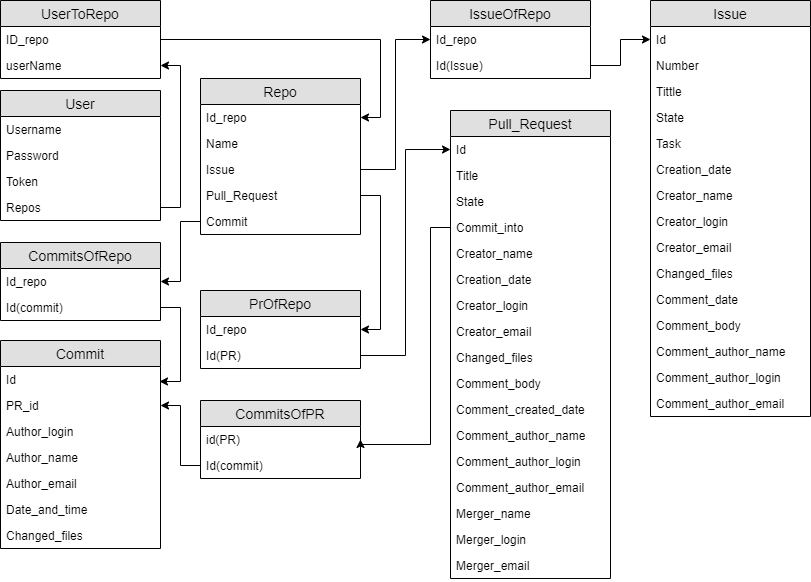
Before: docs/Data Model/SQL.png, a diagram exported from draw.io (moevm/nosql2h22-github). Source tidied: cells renumbered, new cells last; positions are measured from the earlier drawing's top-left corner, leaving out a move shared by most shapes.
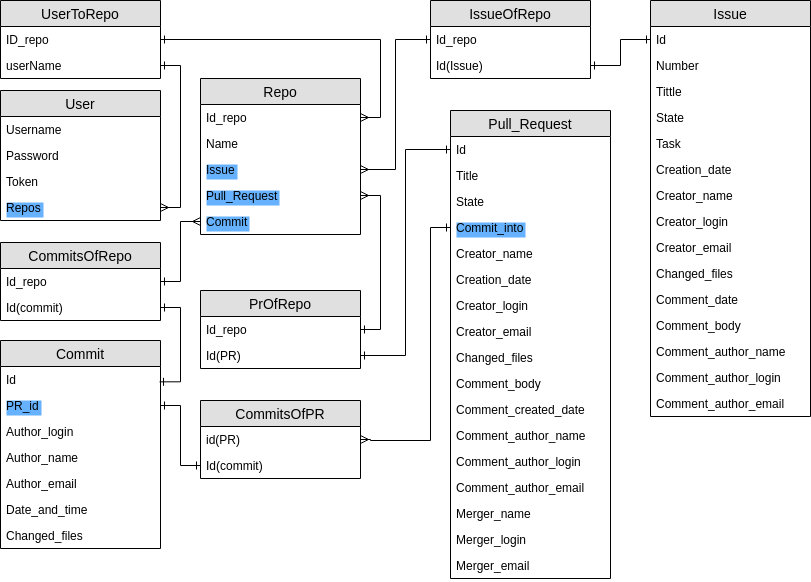
Later version of the same file.

Commit message:
bugfixes Data model v1.0

Change to the diagram source:
```diff
@@ -11,13 +11,13 @@
     <mxCell id="4" value="Name" style="text;strokeColor=none;fillColor=none;spacingLeft=4;spacingRight=4;overflow=hidden;fontSize=12;" parent="2" vertex="1">
       <mxGeometry y="52" width="160" height="26" as="geometry" />
     </mxCell>
-    <mxCell id="5" value="Issue&#10;" style="text;strokeColor=none;fillColor=none;spacingLeft=4;spacingRight=4;overflow=hidden;points=[[0,0.5],[1,0.5]];portConstraint=eastwest;fontSize=12;" parent="2" vertex="1">
+    <mxCell id="5" value="Issue&#10;" style="text;strokeColor=none;fillColor=none;spacingLeft=4;spacingRight=4;overflow=hidden;points=[[0,0.5],[1,0.5]];portConstraint=eastwest;fontSize=12;labelBackgroundColor=#66B2FF;" parent="2" vertex="1">
       <mxGeometry y="78" width="160" height="26" as="geometry" />
     </mxCell>
-    <mxCell id="6" value="Pull_Request&#10;" style="text;strokeColor=none;fillColor=none;spacingLeft=4;spacingRight=4;overflow=hidden;points=[[0,0.5],[1,0.5]];portConstraint=eastwest;fontSize=12;" parent="2" vertex="1">
+    <mxCell id="6" value="Pull_Request&#10;" style="text;strokeColor=none;fillColor=none;spacingLeft=4;spacingRight=4;overflow=hidden;points=[[0,0.5],[1,0.5]];portConstraint=eastwest;fontSize=12;labelBackgroundColor=#66B2FF;" parent="2" vertex="1">
       <mxGeometry y="104" width="160" height="26" as="geometry" />
     </mxCell>
-    <mxCell id="7" value="Commit" style="text;strokeColor=none;fillColor=none;spacingLeft=4;spacingRight=4;overflow=hidden;points=[[0,0.5],[1,0.5]];portConstraint=eastwest;fontSize=12;" parent="2" vertex="1">
+    <mxCell id="7" value="Commit" style="text;strokeColor=none;fillColor=none;spacingLeft=4;spacingRight=4;overflow=hidden;points=[[0,0.5],[1,0.5]];portConstraint=eastwest;fontSize=12;labelBackgroundColor=#66B2FF;" parent="2" vertex="1">
       <mxGeometry y="130" width="160" height="26" as="geometry" />
     </mxCell>
     <mxCell id="8" value="Pull_Request" style="swimlane;fontStyle=0;horizontal=1;startSize=26;fillColor=#e0e0e0;swimlaneFillColor=#ffffff;align=center;fontSize=14;" parent="1" vertex="1">
@@ -32,7 +32,7 @@
     <mxCell id="11" value="State" style="text;strokeColor=none;fillColor=none;spacingLeft=4;spacingRight=4;overflow=hidden;fontSize=12;" parent="8" vertex="1">
       <mxGeometry y="78" width="160" height="26" as="geometry" />
     </mxCell>
-    <mxCell id="12" value="Commit_into" style="text;strokeColor=none;fillColor=none;spacingLeft=4;spacingRight=4;overflow=hidden;points=[[0,0.5],[1,0.5]];portConstraint=eastwest;fontSize=12;" parent="8" vertex="1">
+    <mxCell id="12" value="Commit_into" style="text;strokeColor=none;fillColor=none;spacingLeft=4;spacingRight=4;overflow=hidden;points=[[0,0.5],[1,0.5]];portConstraint=eastwest;fontSize=12;labelBackgroundColor=#66B2FF;" parent="8" vertex="1">
       <mxGeometry y="104" width="160" height="26" as="geometry" />
     </mxCell>
     <mxCell id="13" value="Creator_name&#10;" style="text;strokeColor=none;fillColor=none;spacingLeft=4;spacingRight=4;overflow=hidden;fontSize=12;" parent="8" vertex="1">
@@ -80,7 +80,7 @@
     <mxCell id="27" value="Id" style="text;strokeColor=none;fillColor=none;spacingLeft=4;spacingRight=4;overflow=hidden;points=[[0,0.5],[1,0.5]];portConstraint=eastwest;fontSize=12;" parent="26" vertex="1">
       <mxGeometry y="26" width="160" height="26" as="geometry" />
     </mxCell>
-    <mxCell id="28" value="PR_id" style="text;strokeColor=none;fillColor=none;spacingLeft=4;spacingRight=4;overflow=hidden;points=[[0,0.5],[1,0.5]];portConstraint=eastwest;fontSize=12;" parent="26" vertex="1">
+    <mxCell id="28" value="PR_id" style="text;strokeColor=none;fillColor=none;spacingLeft=4;spacingRight=4;overflow=hidden;points=[[0,0.5],[1,0.5]];portConstraint=eastwest;fontSize=12;labelBackgroundColor=#66B2FF;" parent="26" vertex="1">
       <mxGeometry y="52" width="160" height="26" as="geometry" />
     </mxCell>
     <mxCell id="29" value="Author_login" style="text;strokeColor=none;fillColor=none;spacingLeft=4;spacingRight=4;overflow=hidden;fontSize=12;" parent="26" vertex="1">
@@ -98,13 +98,13 @@
     <mxCell id="33" value="Changed_files" style="text;strokeColor=none;fillColor=none;spacingLeft=4;spacingRight=4;overflow=hidden;fontSize=12;" parent="26" vertex="1">
       <mxGeometry y="182" width="160" height="26" as="geometry" />
     </mxCell>
-    <mxCell id="34" style="edgeStyle=orthogonalEdgeStyle;rounded=0;jettySize=auto;html=1;entryX=0;entryY=0.5;entryDx=0;entryDy=0;" parent="1" edge="1" source="5" target="62">
+    <mxCell id="34" style="edgeStyle=orthogonalEdgeStyle;rounded=0;jettySize=auto;html=1;entryX=0;entryY=0.5;entryDx=0;entryDy=0;startArrow=ERmany;startFill=0;endArrow=ERone;endFill=0;" parent="1" edge="1" source="5" target="62">
       <mxGeometry relative="1" as="geometry" />
     </mxCell>
-    <mxCell id="35" style="edgeStyle=orthogonalEdgeStyle;rounded=0;jettySize=auto;html=1;exitX=1;exitY=0.5;exitDx=0;exitDy=0;" parent="1" edge="1" source="6" target="66">
+    <mxCell id="35" style="edgeStyle=orthogonalEdgeStyle;rounded=0;jettySize=auto;html=1;exitX=1;exitY=0.5;exitDx=0;exitDy=0;startArrow=ERmany;startFill=0;endArrow=ERone;endFill=0;" parent="1" edge="1" source="6" target="66">
       <mxGeometry relative="1" as="geometry" />
     </mxCell>
-    <mxCell id="36" style="edgeStyle=orthogonalEdgeStyle;rounded=0;jettySize=auto;html=1;exitX=0;exitY=0.5;exitDx=0;exitDy=0;entryX=1;entryY=0.5;entryDx=0;entryDy=0;" parent="1" edge="1" source="7" target="58">
+    <mxCell id="36" style="edgeStyle=orthogonalEdgeStyle;rounded=0;jettySize=auto;html=1;exitX=0;exitY=0.5;exitDx=0;exitDy=0;entryX=1;entryY=0.5;entryDx=0;entryDy=0;startArrow=ERmany;startFill=0;endArrow=ERone;endFill=0;" parent="1" edge="1" source="7" target="58">
       <mxGeometry relative="1" as="geometry" />
     </mxCell>
     <mxCell id="37" value="Issue" style="swimlane;fontStyle=0;horizontal=1;startSize=26;fillColor=#e0e0e0;swimlaneFillColor=#ffffff;align=center;fontSize=14;" parent="1" vertex="1">
@@ -164,7 +164,7 @@
     <mxCell id="55" value="userName" style="text;strokeColor=none;fillColor=none;spacingLeft=4;spacingRight=4;overflow=hidden;points=[[0,0.5],[1,0.5]];portConstraint=eastwest;fontSize=12;" parent="53" vertex="1">
       <mxGeometry y="52" width="160" height="26" as="geometry" />
     </mxCell>
-    <mxCell id="56" style="edgeStyle=orthogonalEdgeStyle;rounded=0;jettySize=auto;html=1;entryX=1;entryY=0.5;entryDx=0;entryDy=0;exitX=1;exitY=0.5;exitDx=0;exitDy=0;" parent="1" edge="1" source="54" target="3">
+    <mxCell id="56" style="edgeStyle=orthogonalEdgeStyle;rounded=0;jettySize=auto;html=1;entryX=1;entryY=0.5;entryDx=0;entryDy=0;exitX=1;exitY=0.5;exitDx=0;exitDy=0;startArrow=ERone;startFill=0;endArrow=ERmany;endFill=0;" parent="1" edge="1" source="54" target="3">
       <mxGeometry relative="1" as="geometry" />
     </mxCell>
     <mxCell id="57" value="CommitsOfRepo" style="swimlane;fontStyle=0;horizontal=1;startSize=26;fillColor=#e0e0e0;swimlaneFillColor=#ffffff;align=center;fontSize=14;" parent="1" vertex="1">
@@ -176,7 +176,7 @@
     <mxCell id="59" value="Id(commit)" style="text;strokeColor=none;fillColor=none;spacingLeft=4;spacingRight=4;overflow=hidden;points=[[0,0.5],[1,0.5]];portConstraint=eastwest;fontSize=12;" parent="57" vertex="1">
       <mxGeometry y="52" width="160" height="26" as="geometry" />
     </mxCell>
-    <mxCell id="60" style="edgeStyle=orthogonalEdgeStyle;rounded=0;jettySize=auto;html=1;exitX=1;exitY=0.5;exitDx=0;exitDy=0;entryX=0.994;entryY=0.59;entryDx=0;entryDy=0;entryPerimeter=0;" parent="1" edge="1" source="59" target="27">
+    <mxCell id="60" style="edgeStyle=orthogonalEdgeStyle;rounded=0;jettySize=auto;html=1;exitX=1;exitY=0.5;exitDx=0;exitDy=0;entryX=0.994;entryY=0.59;entryDx=0;entryDy=0;entryPerimeter=0;startArrow=ERone;startFill=0;endArrow=ERone;endFill=0;" parent="1" edge="1" source="59" target="27">
       <mxGeometry relative="1" as="geometry" />
     </mxCell>
     <mxCell id="61" value="IssueOfRepo" style="swimlane;fontStyle=0;horizontal=1;startSize=26;fillColor=#e0e0e0;swimlaneFillColor=#ffffff;align=center;fontSize=14;" parent="1" vertex="1">
@@ -188,7 +188,7 @@
     <mxCell id="63" value="Id(Issue)" style="text;strokeColor=none;fillColor=none;spacingLeft=4;spacingRight=4;overflow=hidden;points=[[0,0.5],[1,0.5]];portConstraint=eastwest;fontSize=12;" parent="61" vertex="1">
       <mxGeometry y="52" width="160" height="26" as="geometry" />
     </mxCell>
-    <mxCell id="64" style="edgeStyle=orthogonalEdgeStyle;rounded=0;jettySize=auto;html=1;entryX=0;entryY=0.5;entryDx=0;entryDy=0;exitX=1;exitY=0.5;exitDx=0;exitDy=0;" parent="1" edge="1" source="63" target="38">
+    <mxCell id="64" style="edgeStyle=orthogonalEdgeStyle;rounded=0;jettySize=auto;html=1;entryX=0;entryY=0.5;entryDx=0;entryDy=0;exitX=1;exitY=0.5;exitDx=0;exitDy=0;startArrow=ERone;startFill=0;endArrow=ERone;endFill=0;" parent="1" edge="1" source="63" target="38">
       <mxGeometry relative="1" as="geometry" />
     </mxCell>
     <mxCell id="65" value="PrOfRepo" style="swimlane;fontStyle=0;horizontal=1;startSize=26;fillColor=#e0e0e0;swimlaneFillColor=#ffffff;align=center;fontSize=14;" parent="1" vertex="1">
@@ -200,8 +200,13 @@
     <mxCell id="67" value="Id(PR)" style="text;strokeColor=none;fillColor=none;spacingLeft=4;spacingRight=4;overflow=hidden;points=[[0,0.5],[1,0.5]];portConstraint=eastwest;fontSize=12;" parent="65" vertex="1">
       <mxGeometry y="52" width="160" height="26" as="geometry" />
     </mxCell>
-    <mxCell id="68" style="edgeStyle=orthogonalEdgeStyle;rounded=0;jettySize=auto;html=1;entryX=0;entryY=0.5;entryDx=0;entryDy=0;exitX=1;exitY=0.5;exitDx=0;exitDy=0;" parent="1" edge="1" source="67" target="9">
-      <mxGeometry relative="1" as="geometry" />
+    <mxCell id="68" style="edgeStyle=orthogonalEdgeStyle;rounded=0;jettySize=auto;html=1;entryX=0;entryY=0.5;entryDx=0;entryDy=0;exitX=1;exitY=0.5;exitDx=0;exitDy=0;startArrow=ERone;startFill=0;endArrow=ERone;endFill=0;" parent="1" edge="1" source="67" target="9">
+      <mxGeometry relative="1" as="geometry">
+        <Array as="points">
+          <mxPoint x="405" y="355" />
+          <mxPoint x="405" y="149" />
+        </Array>
+      </mxGeometry>
     </mxCell>
     <mxCell id="69" value="User" style="swimlane;fontStyle=0;horizontal=1;startSize=26;fillColor=#e0e0e0;swimlaneFillColor=#ffffff;align=center;fontSize=14;" parent="1" vertex="1">
       <mxGeometry y="90" width="160" height="130" as="geometry" />
@@ -215,10 +220,10 @@
     <mxCell id="72" value="Token" style="text;strokeColor=none;fillColor=none;spacingLeft=4;spacingRight=4;overflow=hidden;fontSize=12;" parent="69" vertex="1">
       <mxGeometry y="78" width="160" height="26" as="geometry" />
     </mxCell>
-    <mxCell id="73" value="Repos" style="text;strokeColor=none;fillColor=none;spacingLeft=4;spacingRight=4;overflow=hidden;points=[[0,0.5],[1,0.5]];portConstraint=eastwest;fontSize=12;" parent="69" vertex="1">
+    <mxCell id="73" value="Repos" style="text;strokeColor=none;fillColor=none;spacingLeft=4;spacingRight=4;overflow=hidden;points=[[0,0.5],[1,0.5]];portConstraint=eastwest;fontSize=12;labelBackgroundColor=#66B2FF;" parent="69" vertex="1">
       <mxGeometry y="104" width="160" height="26" as="geometry" />
     </mxCell>
-    <mxCell id="74" style="edgeStyle=orthogonalEdgeStyle;rounded=0;jettySize=auto;html=1;entryX=1;entryY=0.5;entryDx=0;entryDy=0;exitX=1;exitY=0.5;exitDx=0;exitDy=0;" parent="1" edge="1" source="73" target="55">
+    <mxCell id="74" style="edgeStyle=orthogonalEdgeStyle;rounded=0;jettySize=auto;html=1;entryX=1;entryY=0.5;entryDx=0;entryDy=0;exitX=1;exitY=0.5;exitDx=0;exitDy=0;startArrow=ERmany;startFill=0;endArrow=ERone;endFill=0;" parent="1" edge="1" source="73" target="55">
       <mxGeometry relative="1" as="geometry" />
     </mxCell>
     <mxCell id="75" value="CommitsOfPR" style="swimlane;fontStyle=0;horizontal=1;startSize=26;fillColor=#e0e0e0;swimlaneFillColor=#ffffff;align=center;fontSize=14;" parent="1" vertex="1">
@@ -230,14 +235,16 @@
     <mxCell id="77" value="Id(commit)" style="text;strokeColor=none;fillColor=none;spacingLeft=4;spacingRight=4;overflow=hidden;points=[[0,0.5],[1,0.5]];portConstraint=eastwest;fontSize=12;" parent="75" vertex="1">
       <mxGeometry y="52" width="160" height="26" as="geometry" />
     </mxCell>
-    <mxCell id="78" style="edgeStyle=orthogonalEdgeStyle;rounded=0;jettySize=auto;html=1;exitX=0;exitY=0.5;exitDx=0;exitDy=0;entryX=1;entryY=0.5;entryDx=0;entryDy=0;" parent="1" edge="1" source="77" target="28">
+    <mxCell id="78" style="edgeStyle=orthogonalEdgeStyle;rounded=0;jettySize=auto;html=1;exitX=0;exitY=0.5;exitDx=0;exitDy=0;entryX=1;entryY=0.5;entryDx=0;entryDy=0;startArrow=ERone;startFill=0;endArrow=ERone;endFill=0;" parent="1" edge="1" source="77" target="28">
       <mxGeometry relative="1" as="geometry" />
     </mxCell>
-    <mxCell id="79" style="edgeStyle=orthogonalEdgeStyle;rounded=0;jettySize=auto;html=1;exitX=0;exitY=0.5;exitDx=0;exitDy=0;entryX=1;entryY=0.5;entryDx=0;entryDy=0;" parent="1" edge="1" source="12" target="76">
+    <mxCell id="79" style="edgeStyle=orthogonalEdgeStyle;rounded=0;jettySize=auto;html=1;exitX=0;exitY=0.5;exitDx=0;exitDy=0;entryX=1;entryY=0.5;entryDx=0;entryDy=0;startArrow=ERone;startFill=0;endArrow=ERmany;endFill=0;" parent="1" edge="1" source="12" target="76">
       <mxGeometry relative="1" as="geometry">
         <Array as="points">
           <mxPoint x="430" y="227" />
-          <mxPoint x="430" y="444" />
+          <mxPoint x="430" y="440" />
+          <mxPoint x="370" y="440" />
+          <mxPoint x="370" y="439" />
         </Array>
       </mxGeometry>
     </mxCell>
```
